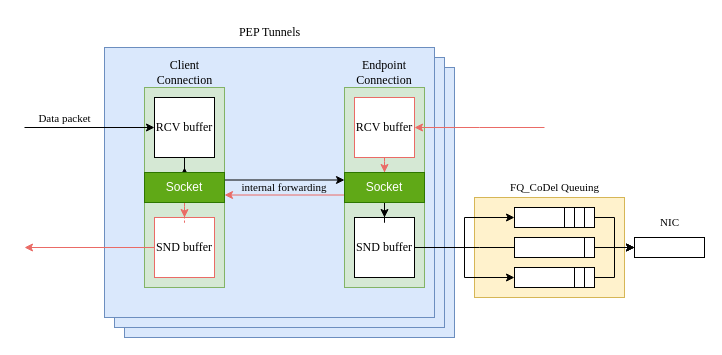
joexbayer/tcp-pep-for-5g keeps this draw.io diagram as diagrams/drawio/pep_forwarding.drawio. Above is the earlier version. Source tidied: cells renumbered, new cells numbered last; positions are measured from the earlier drawing's top-left corner, leaving out a move shared by most shapes. Both pictures are drawn from the tidied source at 100%, with x=0, y=0 at pixel (24, 17).
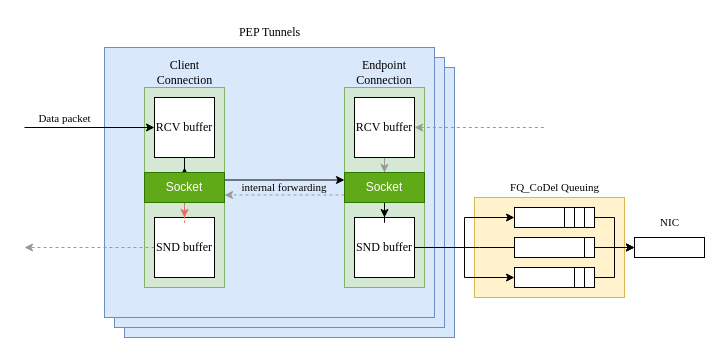
Above is the later version.

Commit message (it also covers changes not shown here):
Thesis: diagrams & domains

The change refers to these unchanged cells:
```xml
<mxCell id="25" value="Socket" style="rounded=0;whiteSpace=wrap;html=1;fillColor=#60a917;fontColor=#ffffff;strokeColor=#2D7600;" parent="1" vertex="1">
  <mxGeometry x="120" y="155" width="80" height="30" as="geometry" />
</mxCell>
<mxCell id="28" value="Socket" style="rounded=0;whiteSpace=wrap;html=1;fillColor=#60a917;fontColor=#ffffff;strokeColor=#2D7600;" parent="1" vertex="1">
  <mxGeometry x="320" y="155" width="80" height="30" as="geometry" />
</mxCell>
```

Change to the diagram source:
```diff
@@
-    <mxCell id="10" style="edgeStyle=orthogonalEdgeStyle;rounded=0;jettySize=auto;html=1;fontFamily=Times New Roman;startArrow=none;startFill=0;endArrow=classic;endFill=1;strokeColor=#EA6B66;" parent="1" edge="1" source="11">
+    <mxCell id="10" style="edgeStyle=orthogonalEdgeStyle;rounded=0;jettySize=auto;html=1;fontFamily=Times New Roman;startArrow=none;startFill=0;endArrow=classic;endFill=1;strokeColor=#999999;dashed=1;" parent="1" edge="1" source="11">
       <mxGeometry relative="1" as="geometry">
         <mxPoint y="230" as="targetPoint" />
       </mxGeometry>
     </mxCell>
-    <mxCell id="11" value="SND buffer" style="rounded=0;whiteSpace=wrap;html=1;fontFamily=Times New Roman;strokeColor=#EA6B66;" parent="1" vertex="1">
+    <mxCell id="11" value="SND buffer" style="rounded=0;whiteSpace=wrap;html=1;fontFamily=Times New Roman;strokeColor=#000000;" parent="1" vertex="1">
       <mxGeometry x="130" y="200" width="60" height="60" as="geometry" />
     </mxCell>
@@
-    <mxCell id="16" style="edgeStyle=orthogonalEdgeStyle;rounded=0;jettySize=auto;html=1;fontFamily=Times New Roman;startArrow=classic;startFill=1;endArrow=none;endFill=0;strokeColor=#EA6B66;" parent="1" edge="1" source="18">
+    <mxCell id="16" style="edgeStyle=orthogonalEdgeStyle;rounded=0;jettySize=auto;html=1;fontFamily=Times New Roman;startArrow=classic;startFill=1;endArrow=none;endFill=0;strokeColor=#999999;dashed=1;" parent="1" edge="1" source="18">
       <mxGeometry relative="1" as="geometry">
         <mxPoint x="520" y="110" as="targetPoint" />
       </mxGeometry>
     </mxCell>
-    <mxCell id="17" style="edgeStyle=orthogonalEdgeStyle;rounded=0;jettySize=auto;html=1;entryX=0.5;entryY=0;entryDx=0;entryDy=0;dashed=1;fontFamily=Times New Roman;startArrow=none;startFill=0;endArrow=classic;endFill=1;strokeColor=#EA6B66;" parent="1" edge="1" source="18" target="28">
+    <mxCell id="17" style="edgeStyle=orthogonalEdgeStyle;rounded=0;jettySize=auto;html=1;entryX=0.5;entryY=0;entryDx=0;entryDy=0;dashed=1;fontFamily=Times New Roman;startArrow=none;startFill=0;endArrow=classic;endFill=1;strokeColor=#999999;" parent="1" edge="1" source="18" target="28">
       <mxGeometry relative="1" as="geometry" />
     </mxCell>
-    <mxCell id="18" value="RCV buffer" style="rounded=0;whiteSpace=wrap;html=1;fontFamily=Times New Roman;strokeColor=#EA6B66;" parent="1" vertex="1">
+    <mxCell id="18" value="RCV buffer" style="rounded=0;whiteSpace=wrap;html=1;fontFamily=Times New Roman;strokeColor=#000000;" parent="1" vertex="1">
       <mxGeometry x="330" y="80" width="60" height="60" as="geometry" />
     </mxCell>
@@
-    <mxCell id="26" style="edgeStyle=orthogonalEdgeStyle;rounded=0;jettySize=auto;html=1;entryX=1;entryY=0.75;entryDx=0;entryDy=0;fontFamily=Times New Roman;startArrow=none;startFill=0;endArrow=classic;endFill=1;exitX=0;exitY=0.75;exitDx=0;exitDy=0;strokeColor=#EA6B66;" parent="1" edge="1" source="28" target="25">
+    <mxCell id="26" style="edgeStyle=orthogonalEdgeStyle;rounded=0;jettySize=auto;html=1;entryX=1;entryY=0.75;entryDx=0;entryDy=0;fontFamily=Times New Roman;startArrow=none;startFill=0;endArrow=classic;endFill=1;exitX=0;exitY=0.75;exitDx=0;exitDy=0;strokeColor=#999999;dashed=1;" parent="1" edge="1" source="28" target="25">
       <mxGeometry relative="1" as="geometry" />
     </mxCell>
```
